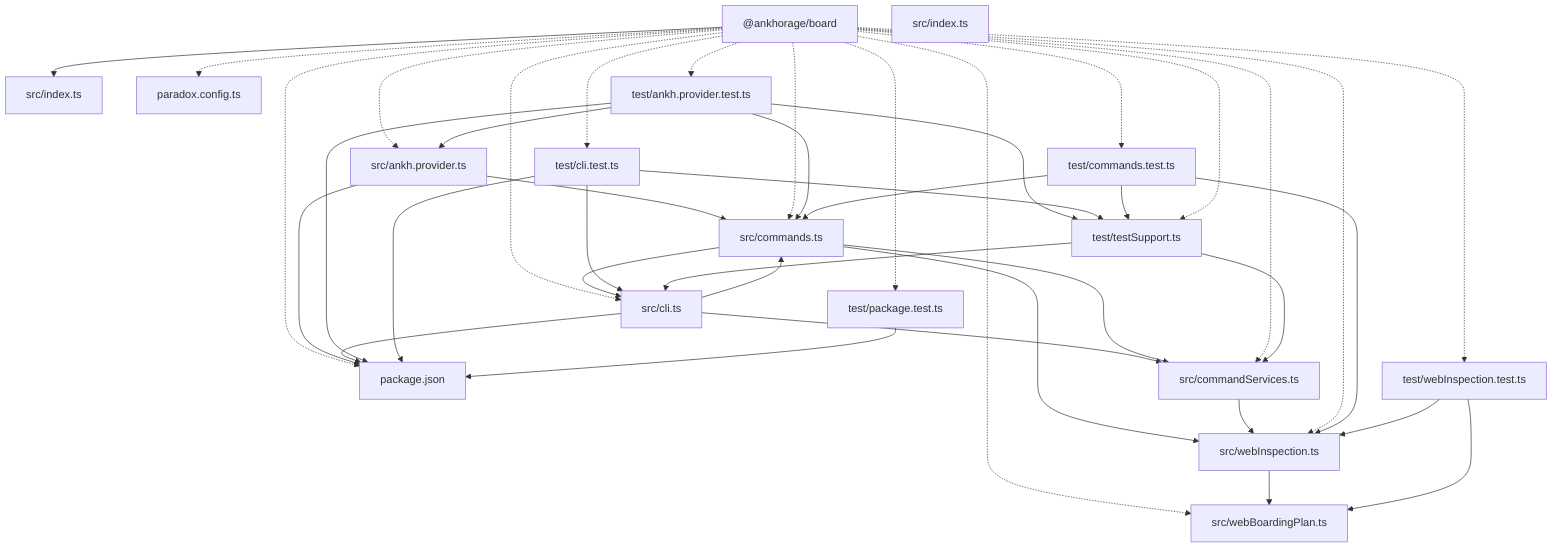
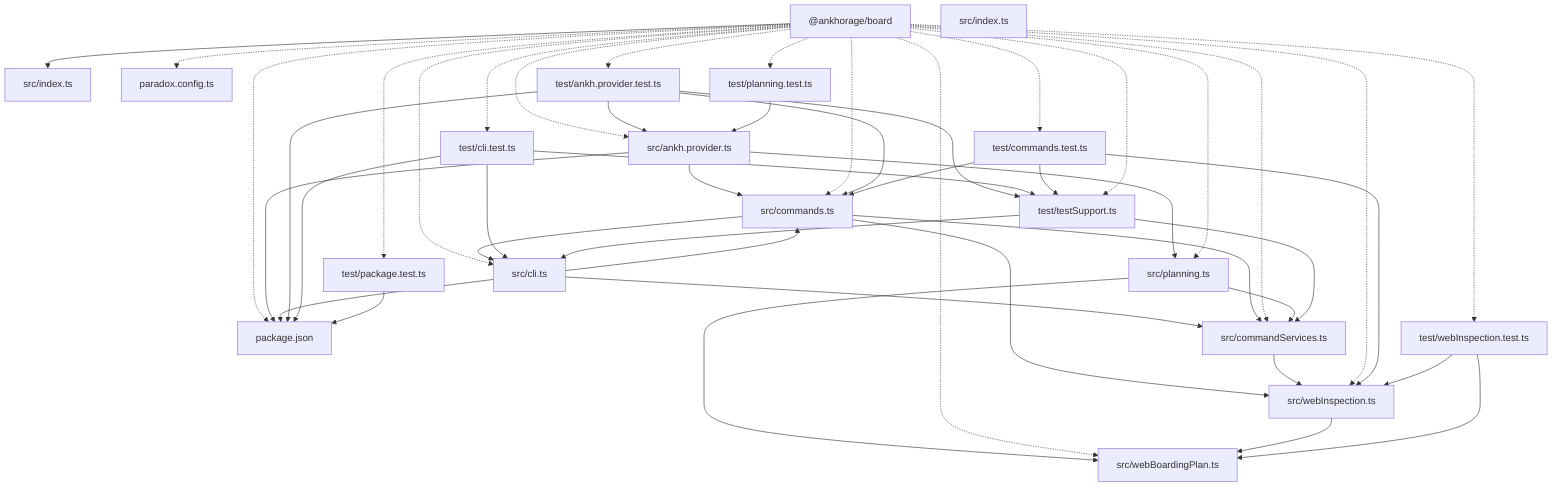
graph TD
  package__ankhorage_board["@ankhorage/board"]
  entrypoint_src_index_ts["src/index.ts"]
  package__ankhorage_board --> entrypoint_src_index_ts
  module_package_json["package.json"]
  package__ankhorage_board -.-> module_package_json
  module_paradox_config_ts["paradox.config.ts"]
  package__ankhorage_board -.-> module_paradox_config_ts
  module_src_ankh_provider_ts["src/ankh.provider.ts"]
  package__ankhorage_board -.-> module_src_ankh_provider_ts
  module_src_ankh_provider_ts --> module_package_json
  module_src_ankh_provider_ts --> module_src_commands_ts
+   module_src_ankh_provider_ts --> module_src_planning_ts
  module_src_cli_ts["src/cli.ts"]
  package__ankhorage_board -.-> module_src_cli_ts
  module_src_cli_ts --> module_package_json
  module_src_cli_ts --> module_src_commands_ts
  module_src_cli_ts --> module_src_commandServices_ts
  module_src_commands_ts["src/commands.ts"]
  package__ankhorage_board -.-> module_src_commands_ts
  module_src_commands_ts --> module_src_cli_ts
  module_src_commands_ts --> module_src_commandServices_ts
  module_src_commands_ts --> module_src_webInspection_ts
  module_src_commandServices_ts["src/commandServices.ts"]
  package__ankhorage_board -.-> module_src_commandServices_ts
  module_src_commandServices_ts --> module_src_webInspection_ts
  module_src_index_ts["src/index.ts"]
+   module_src_planning_ts["src/planning.ts"]
+   package__ankhorage_board -.-> module_src_planning_ts
+   module_src_planning_ts --> module_src_commandServices_ts
+   module_src_planning_ts --> module_src_webBoardingPlan_ts
  module_src_webBoardingPlan_ts["src/webBoardingPlan.ts"]
  package__ankhorage_board -.-> module_src_webBoardingPlan_ts
  module_src_webInspection_ts["src/webInspection.ts"]
  package__ankhorage_board -.-> module_src_webInspection_ts
  module_src_webInspection_ts --> module_src_webBoardingPlan_ts
  module_test_ankh_provider_test_ts["test/ankh.provider.test.ts"]
  package__ankhorage_board -.-> module_test_ankh_provider_test_ts
  module_test_ankh_provider_test_ts --> module_package_json
  module_test_ankh_provider_test_ts --> module_src_ankh_provider_ts
  module_test_ankh_provider_test_ts --> module_src_commands_ts
  module_test_ankh_provider_test_ts --> module_test_testSupport_ts
  module_test_cli_test_ts["test/cli.test.ts"]
  package__ankhorage_board -.-> module_test_cli_test_ts
  module_test_cli_test_ts --> module_package_json
  module_test_cli_test_ts --> module_src_cli_ts
  module_test_cli_test_ts --> module_test_testSupport_ts
  module_test_commands_test_ts["test/commands.test.ts"]
  package__ankhorage_board -.-> module_test_commands_test_ts
  module_test_commands_test_ts --> module_src_commands_ts
  module_test_commands_test_ts --> module_src_webInspection_ts
  module_test_commands_test_ts --> module_test_testSupport_ts
  module_test_package_test_ts["test/package.test.ts"]
  package__ankhorage_board -.-> module_test_package_test_ts
  module_test_package_test_ts --> module_package_json
+   module_test_planning_test_ts["test/planning.test.ts"]
+   package__ankhorage_board -.-> module_test_planning_test_ts
+   module_test_planning_test_ts --> module_src_ankh_provider_ts
  module_test_testSupport_ts["test/testSupport.ts"]
  package__ankhorage_board -.-> module_test_testSupport_ts
  module_test_testSupport_ts --> module_src_cli_ts
  module_test_testSupport_ts --> module_src_commandServices_ts
  module_test_webInspection_test_ts["test/webInspection.test.ts"]
  package__ankhorage_board -.-> module_test_webInspection_test_ts
  module_test_webInspection_test_ts --> module_src_webBoardingPlan_ts
  module_test_webInspection_test_ts --> module_src_webInspection_ts
